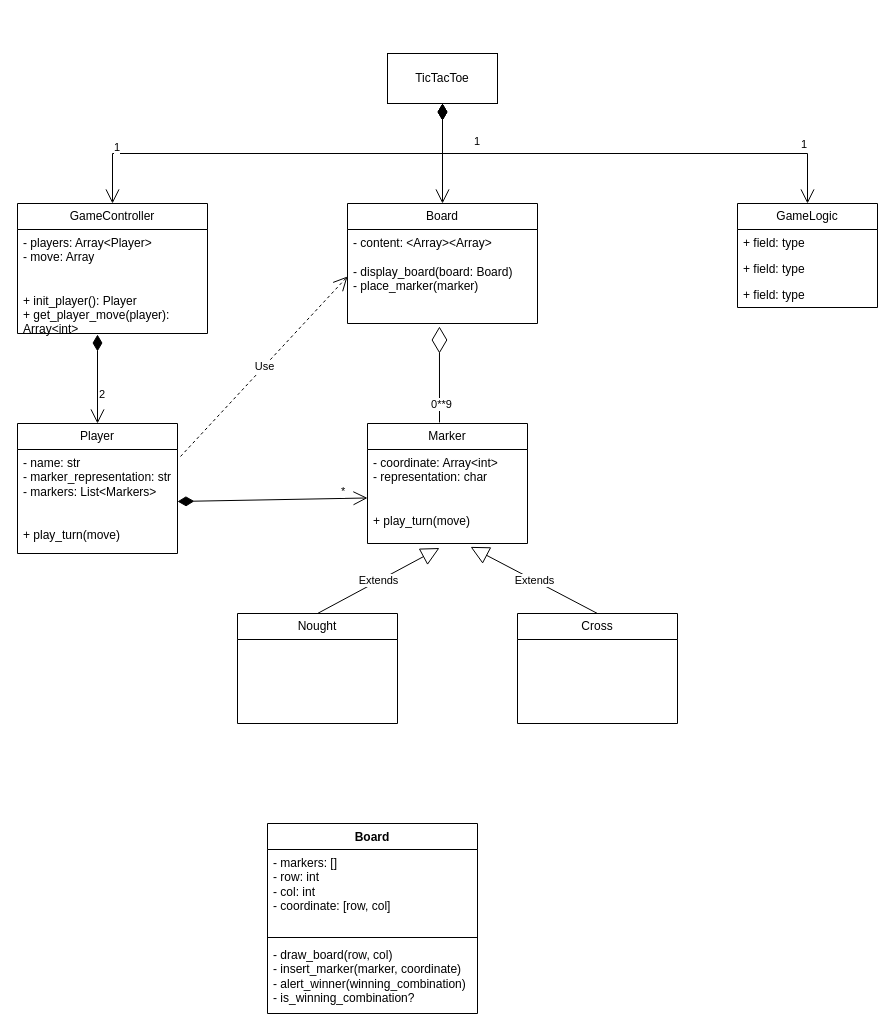
Before: tic tac toe.drawio in ZephyRemix/tic-tac-toe, a draw.io diagram. Source tidied: cells renumbered, new cells numbered last; positions are measured from the earlier drawing's top-left corner, leaving out a move shared by most shapes. Both pictures are drawn from the tidied source at 100%, with x=0, y=0 at pixel (17, 53).
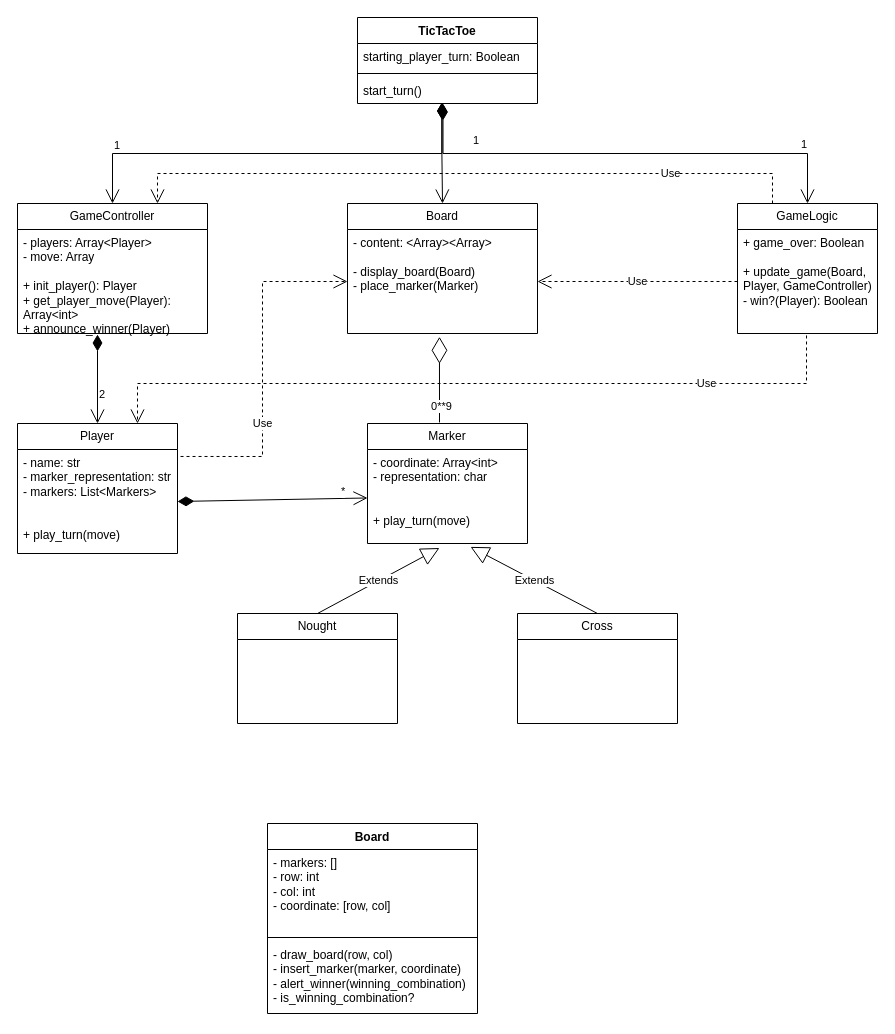
The same page after the edit.

Commit message:
Insert functionality of handling player turn and alert winner

Unchanged cells that the change refers to:
```xml
<mxCell id="9" value="GameController" style="swimlane;fontStyle=0;horizontal=1;startSize=26;fillColor=none;whiteSpace=wrap;html=1;" parent="1" vertex="1">
  <mxGeometry y="150" width="190" height="130" as="geometry" />
</mxCell>
<mxCell id="18" value="Player" style="swimlane;fontStyle=0;horizontal=1;startSize=26;fillColor=none;whiteSpace=wrap;html=1;" parent="1" vertex="1">
  <mxGeometry y="370" width="160" height="130" as="geometry" />
</mxCell>
<mxCell id="19" value="&lt;div&gt;- name: str&lt;br&gt;- marker_representation: str&lt;/div&gt;&lt;div&gt;- markers: List&amp;lt;Markers&amp;gt;&lt;/div&gt;&lt;div&gt;&lt;br&gt;&lt;/div&gt;&lt;div&gt;&lt;br&gt;&lt;/div&gt;&lt;div&gt;+ play_turn(move)&lt;/div&gt;" style="text;strokeColor=none;fillColor=none;align=left;verticalAlign=top;spacingLeft=4;spacingRight=4;overflow=hidden;points=[[0,0.5],[1,0.5]];portConstraint=eastwest;whiteSpace=wrap;html=1;" parent="18" vertex="1">
  <mxGeometry y="26" width="160" height="104" as="geometry" />
</mxCell>
```

Change to the diagram source:
```diff
@@
-    <mxCell id="10" value="&lt;div&gt;- players: Array&amp;lt;Player&amp;gt;&lt;/div&gt;&lt;div&gt;- move: Array&lt;/div&gt;&lt;div&gt;&lt;br&gt;&lt;/div&gt;&lt;div&gt;&lt;br&gt;&lt;/div&gt;&lt;div&gt;+ init_player(): Player&lt;/div&gt;&lt;div&gt;+ get_player_move(player): Array&amp;lt;int&amp;gt;&lt;/div&gt;&lt;div&gt;&lt;br&gt;&lt;/div&gt;" style="text;strokeColor=none;fillColor=none;align=left;verticalAlign=top;spacingLeft=4;spacingRight=4;overflow=hidden;whiteSpace=wrap;html=1;" parent="9" vertex="1">
+    <mxCell id="10" value="&lt;div&gt;- players: Array&amp;lt;Player&amp;gt;&lt;/div&gt;&lt;div&gt;- move: Array&lt;/div&gt;&lt;div&gt;&lt;br&gt;&lt;/div&gt;&lt;div&gt;+ init_player(): Player&lt;/div&gt;&lt;div&gt;+ get_player_move(Player): Array&amp;lt;int&amp;gt;&lt;/div&gt;&lt;div&gt;+ announce_winner(Player)&lt;/div&gt;&lt;div&gt;&lt;br&gt;&lt;/div&gt;" style="text;strokeColor=none;fillColor=none;align=left;verticalAlign=top;spacingLeft=4;spacingRight=4;overflow=hidden;whiteSpace=wrap;html=1;" parent="9" vertex="1">
       <mxGeometry y="26" width="190" height="104" as="geometry" />
     </mxCell>
-    <mxCell id="11" value="TicTacToe" style="html=1;whiteSpace=wrap;" parent="1" vertex="1">
-      <mxGeometry x="370" width="110" height="50" as="geometry" />
-    </mxCell>
     <mxCell id="12" value="Board" style="swimlane;fontStyle=0;horizontal=1;startSize=26;fillColor=none;whiteSpace=wrap;html=1;" parent="1" vertex="1">
-      <mxGeometry x="330" y="150" width="190" height="120" as="geometry" />
+      <mxGeometry x="330" y="150" width="190" height="130" as="geometry" />
     </mxCell>
-    <mxCell id="13" value="- content: &amp;lt;Array&amp;gt;&amp;lt;Array&amp;gt;&lt;div&gt;&lt;br&gt;&lt;/div&gt;&lt;div&gt;- display_board(board: Board)&amp;nbsp;&lt;/div&gt;&lt;div&gt;- place_marker(marker)&lt;/div&gt;" style="text;strokeColor=none;fillColor=none;align=left;verticalAlign=top;spacingLeft=4;spacingRight=4;overflow=hidden;points=[[0,0.5],[1,0.5]];portConstraint=eastwest;whiteSpace=wrap;html=1;" parent="12" vertex="1">
-      <mxGeometry y="26" width="190" height="94" as="geometry" />
+    <mxCell id="13" value="- content: &amp;lt;Array&amp;gt;&amp;lt;Array&amp;gt;&lt;div&gt;&lt;br&gt;&lt;/div&gt;&lt;div&gt;- display_board(Board)&amp;nbsp;&lt;/div&gt;&lt;div&gt;- place_marker(Marker)&lt;/div&gt;" style="text;strokeColor=none;fillColor=none;align=left;verticalAlign=top;spacingLeft=4;spacingRight=4;overflow=hidden;points=[[0,0.5],[1,0.5]];portConstraint=eastwest;whiteSpace=wrap;html=1;" parent="12" vertex="1">
+      <mxGeometry y="26" width="190" height="104" as="geometry" />
     </mxCell>
     <mxCell id="14" value="GameLogic" style="swimlane;fontStyle=0;horizontal=1;startSize=26;fillColor=none;whiteSpace=wrap;html=1;" parent="1" vertex="1">
-      <mxGeometry x="720" y="150" width="140" height="104" as="geometry" />
+      <mxGeometry x="720" y="150" width="140" height="130" as="geometry" />
     </mxCell>
-    <mxCell id="15" value="+ field: type" style="text;strokeColor=none;fillColor=none;align=left;verticalAlign=top;spacingLeft=4;spacingRight=4;overflow=hidden;points=[[0,0.5],[1,0.5]];portConstraint=eastwest;whiteSpace=wrap;html=1;" parent="14" vertex="1">
-      <mxGeometry y="26" width="140" height="26" as="geometry" />
+    <mxCell id="15" value="+ game_over: Boolean&lt;div&gt;&lt;br&gt;&lt;/div&gt;&lt;div&gt;+ update_game(Board, Player, GameController)&lt;/div&gt;&lt;div&gt;- win?(Player): Boolean&lt;/div&gt;" style="text;strokeColor=none;fillColor=none;align=left;verticalAlign=top;spacingLeft=4;spacingRight=4;overflow=hidden;points=[[0,0.5],[1,0.5]];portConstraint=eastwest;whiteSpace=wrap;html=1;" parent="14" vertex="1">
+      <mxGeometry y="26" width="140" height="104" as="geometry" />
     </mxCell>
-    <mxCell id="16" value="+ field: type" style="text;strokeColor=none;fillColor=none;align=left;verticalAlign=top;spacingLeft=4;spacingRight=4;overflow=hidden;whiteSpace=wrap;html=1;" parent="14" vertex="1">
-      <mxGeometry y="52" width="140" height="26" as="geometry" />
-    </mxCell>
-    <mxCell id="17" value="+ field: type" style="text;strokeColor=none;fillColor=none;align=left;verticalAlign=top;spacingLeft=4;spacingRight=4;overflow=hidden;whiteSpace=wrap;html=1;" parent="14" vertex="1">
-      <mxGeometry y="78" width="140" height="26" as="geometry" />
-    </mxCell>
@@
-    <mxCell id="20" value="1" style="endArrow=open;html=1;endSize=12;startArrow=diamondThin;startSize=14;startFill=1;edgeStyle=orthogonalEdgeStyle;align=left;verticalAlign=bottom;rounded=0;entryX=0.5;entryY=0;entryDx=0;entryDy=0;exitX=0.5;exitY=1;exitDx=0;exitDy=0;" parent="1" edge="1" source="11" target="9">
+    <mxCell id="20" value="1" style="endArrow=open;html=1;endSize=12;startArrow=diamondThin;startSize=14;startFill=1;edgeStyle=orthogonalEdgeStyle;align=left;verticalAlign=bottom;rounded=0;entryX=0.5;entryY=0;entryDx=0;entryDy=0;exitX=0.469;exitY=0.962;exitDx=0;exitDy=0;exitPerimeter=0;" parent="1" edge="1" source="36" target="9">
       <mxGeometry x="-0.78" y="30" relative="1" as="geometry" />
     </mxCell>
-    <mxCell id="21" value="1" style="endArrow=open;html=1;endSize=12;startArrow=diamondThin;startSize=14;startFill=1;edgeStyle=orthogonalEdgeStyle;align=left;verticalAlign=bottom;rounded=0;entryX=0.5;entryY=0;entryDx=0;entryDy=0;exitX=0.5;exitY=1;exitDx=0;exitDy=0;" parent="1" edge="1" source="11" target="12">
+    <mxCell id="21" value="1" style="endArrow=open;html=1;endSize=12;startArrow=diamondThin;startSize=14;startFill=1;edgeStyle=orthogonalEdgeStyle;align=left;verticalAlign=bottom;rounded=0;entryX=0.5;entryY=0;entryDx=0;entryDy=0;exitX=0.469;exitY=0.962;exitDx=0;exitDy=0;exitPerimeter=0;" parent="1" edge="1" source="36" target="12">
       <mxGeometry x="0.05" y="-330" relative="1" as="geometry" />
     </mxCell>
-    <mxCell id="22" value="1" style="endArrow=open;html=1;endSize=12;startArrow=diamondThin;startSize=14;startFill=1;edgeStyle=orthogonalEdgeStyle;align=left;verticalAlign=bottom;rounded=0;entryX=0.5;entryY=0;entryDx=0;entryDy=0;exitX=0.5;exitY=1;exitDx=0;exitDy=0;" parent="1" edge="1" source="11" target="14">
+    <mxCell id="22" value="1" style="endArrow=open;html=1;endSize=12;startArrow=diamondThin;startSize=14;startFill=1;edgeStyle=orthogonalEdgeStyle;align=left;verticalAlign=bottom;rounded=0;entryX=0.5;entryY=0;entryDx=0;entryDy=0;exitX=0.475;exitY=1;exitDx=0;exitDy=0;exitPerimeter=0;" parent="1" edge="1" source="36" target="14">
       <mxGeometry x="0.75" relative="1" as="geometry" />
     </mxCell>
@@
-    <mxCell id="27" value="Use" style="endArrow=open;endSize=12;dashed=1;html=1;rounded=0;exitX=1.019;exitY=0.067;exitDx=0;exitDy=0;exitPerimeter=0;entryX=0;entryY=0.5;entryDx=0;entryDy=0;" parent="1" edge="1" source="19" target="13">
-      <mxGeometry relative="1" as="geometry" />
+    <mxCell id="27" value="Use" style="endArrow=open;endSize=12;dashed=1;html=1;rounded=0;exitX=1.019;exitY=0.067;exitDx=0;exitDy=0;exitPerimeter=0;entryX=0;entryY=0.5;entryDx=0;entryDy=0;edgeStyle=orthogonalEdgeStyle;" parent="1" edge="1" source="19" target="13">
+      <mxGeometry x="-0.33" relative="1" as="geometry" />
     </mxCell>
@@
+    <mxCell id="11" value="TicTacToe" style="swimlane;fontStyle=1;align=center;verticalAlign=top;horizontal=1;startSize=26;whiteSpace=wrap;html=1;" parent="1" vertex="1">
+      <mxGeometry x="340" y="-36" width="180" height="86" as="geometry" />
+    </mxCell>
+    <mxCell id="34" value="starting_player_turn: Boolean" style="text;strokeColor=none;fillColor=none;align=left;verticalAlign=top;spacingLeft=4;spacingRight=4;overflow=hidden;whiteSpace=wrap;html=1;" parent="11" vertex="1">
+      <mxGeometry y="26" width="180" height="26" as="geometry" />
+    </mxCell>
+    <mxCell id="35" style="line;strokeWidth=1;fillColor=none;align=left;verticalAlign=middle;spacingTop=-1;spacingLeft=3;spacingRight=3;labelPosition=right;strokeColor=inherit;" parent="11" vertex="1">
+      <mxGeometry y="52" width="180" height="8" as="geometry" />
+    </mxCell>
+    <mxCell id="36" value="start_turn()" style="text;strokeColor=none;fillColor=none;align=left;verticalAlign=top;spacingLeft=4;spacingRight=4;overflow=hidden;points=[[0,0.5],[1,0.5]];portConstraint=eastwest;whiteSpace=wrap;html=1;" parent="11" vertex="1">
+      <mxGeometry y="60" width="180" height="26" as="geometry" />
+    </mxCell>
+    <mxCell id="37" value="Use" style="endArrow=open;endSize=12;dashed=1;html=1;rounded=0;exitX=0;exitY=0.5;exitDx=0;exitDy=0;entryX=1;entryY=0.5;entryDx=0;entryDy=0;" parent="1" edge="1" source="15" target="13">
+      <mxGeometry relative="1" as="geometry" />
+    </mxCell>
+    <mxCell id="38" value="Use" style="endArrow=open;endSize=12;dashed=1;html=1;rounded=0;entryX=0.75;entryY=0;entryDx=0;entryDy=0;edgeStyle=orthogonalEdgeStyle;exitX=0.493;exitY=1.019;exitDx=0;exitDy=0;exitPerimeter=0;" parent="1" edge="1" source="15" target="18">
+      <mxGeometry x="-0.61" relative="1" as="geometry">
+        <Array as="points">
+          <mxPoint x="789" y="330" />
+          <mxPoint x="120" y="330" />
+        </Array>
+      </mxGeometry>
+    </mxCell>
+    <mxCell id="39" value="Use" style="endArrow=open;endSize=12;dashed=1;html=1;rounded=0;edgeStyle=orthogonalEdgeStyle;exitX=0.25;exitY=0;exitDx=0;exitDy=0;" parent="1" edge="1" source="14">
+      <mxGeometry x="-0.61" relative="1" as="geometry">
+        <mxPoint x="140" y="150" as="targetPoint" />
+        <Array as="points">
+          <mxPoint x="755" y="120" />
+          <mxPoint x="140" y="120" />
+        </Array>
+      </mxGeometry>
+    </mxCell>
```
